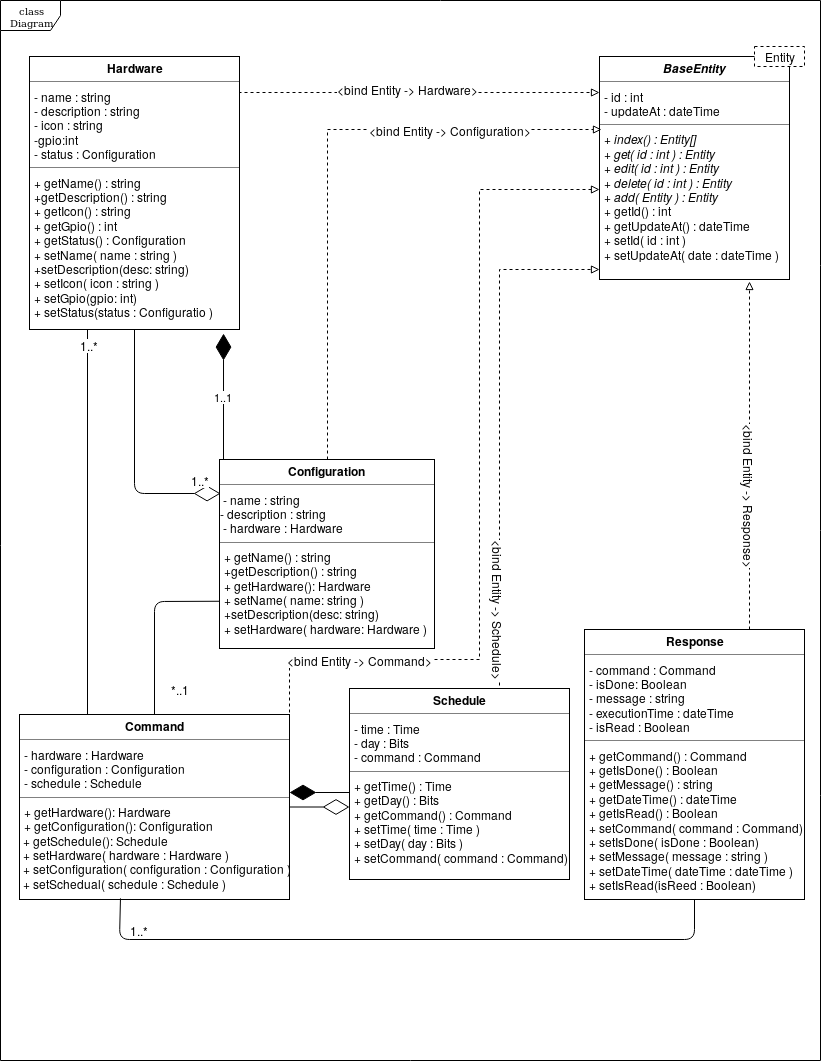
Before: img/diagram_class1.png, a diagram exported from draw.io (reem-codes/gp). Source tidied: cells renumbered, new cells last; positions are measured from the earlier drawing's top-left corner, leaving out a move shared by most shapes.
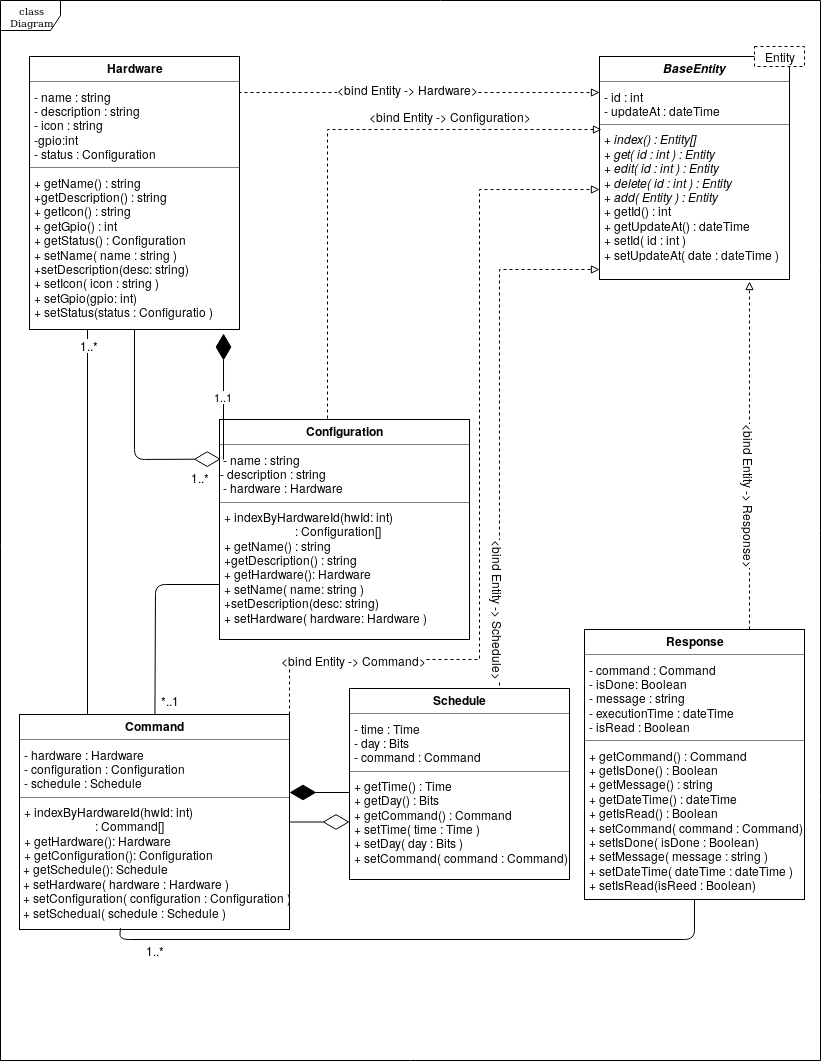
After the commit.

Change to the diagram source:
```diff
@@ -62,8 +62,8 @@
         <mxPoint x="121" y="-81" as="offset" />
       </mxGeometry>
     </mxCell>
-    <mxCell id="15" value="&lt;p style=&quot;margin: 0px ; margin-top: 4px ; text-align: center&quot;&gt;&lt;b&gt;Configuration&lt;/b&gt;&lt;br&gt;&lt;/p&gt;&lt;hr size=&quot;1&quot;&gt;&lt;div&gt;&amp;nbsp;- name : string&lt;/div&gt;&lt;div&gt;- description : string&lt;br&gt;&lt;/div&gt;&lt;span&gt;&amp;nbsp;- hardware : Hardware&lt;/span&gt;&lt;br&gt;&lt;hr size=&quot;1&quot;&gt;&lt;p style=&quot;margin: 0px ; margin-left: 4px&quot;&gt;+ getName() : string&lt;/p&gt;&lt;p style=&quot;margin: 0px ; margin-left: 4px&quot;&gt;+getDescription() : string&lt;/p&gt;&lt;p style=&quot;margin: 0px ; margin-left: 4px&quot;&gt;+ getHardware(): Hardware&lt;/p&gt;&lt;p style=&quot;margin: 0px ; margin-left: 4px&quot;&gt;+ setName( name: string )&lt;/p&gt;&lt;p style=&quot;margin: 0px ; margin-left: 4px&quot;&gt;+setDescription(desc: string)&lt;/p&gt;&lt;p style=&quot;margin: 0px ; margin-left: 4px&quot;&gt;+ setHardware( hardware: Hardware )&lt;/p&gt;" style="verticalAlign=top;align=left;overflow=fill;fontSize=12;fontFamily=Helvetica;html=1;rounded=0;shadow=0;comic=0;labelBackgroundColor=none;strokeColor=#000000;strokeWidth=1;fillColor=#ffffff;" parent="1" vertex="1">
-      <mxGeometry x="219" y="459" width="215" height="189" as="geometry" />
+    <mxCell id="15" value="&lt;p style=&quot;margin: 0px ; margin-top: 4px ; text-align: center&quot;&gt;&lt;b&gt;Configuration&lt;/b&gt;&lt;br&gt;&lt;/p&gt;&lt;hr size=&quot;1&quot;&gt;&lt;div&gt;&amp;nbsp;- name : string&lt;/div&gt;&lt;div&gt;- description : string&lt;br&gt;&lt;/div&gt;&lt;span&gt;&amp;nbsp;- hardware : Hardware&lt;/span&gt;&lt;br&gt;&lt;hr size=&quot;1&quot;&gt;&lt;p style=&quot;margin: 0px ; margin-left: 4px&quot;&gt;+ indexByHardwareId(hwId: int)&lt;/p&gt;&amp;nbsp;&amp;nbsp;&amp;nbsp;&amp;nbsp;&amp;nbsp;&amp;nbsp;&amp;nbsp;&amp;nbsp;&amp;nbsp;&amp;nbsp;&amp;nbsp;&amp;nbsp;&amp;nbsp;&amp;nbsp;&amp;nbsp;&amp;nbsp;&amp;nbsp;&amp;nbsp;&amp;nbsp;&amp;nbsp;&amp;nbsp;&amp;nbsp;&amp;nbsp;&amp;nbsp; : Configuration[]&lt;p style=&quot;margin: 0px ; margin-left: 4px&quot;&gt;+ getName() : string&lt;/p&gt;&lt;p style=&quot;margin: 0px ; margin-left: 4px&quot;&gt;+getDescription() : string&lt;/p&gt;&lt;p style=&quot;margin: 0px ; margin-left: 4px&quot;&gt;+ getHardware(): Hardware&lt;/p&gt;&lt;p style=&quot;margin: 0px ; margin-left: 4px&quot;&gt;+ setName( name: string )&lt;/p&gt;&lt;p style=&quot;margin: 0px ; margin-left: 4px&quot;&gt;+setDescription(desc: string)&lt;/p&gt;&lt;p style=&quot;margin: 0px ; margin-left: 4px&quot;&gt;+ setHardware( hardware: Hardware )&lt;/p&gt;" style="verticalAlign=top;align=left;overflow=fill;fontSize=12;fontFamily=Helvetica;html=1;rounded=0;shadow=0;comic=0;labelBackgroundColor=none;strokeColor=#000000;strokeWidth=1;fillColor=#ffffff;" parent="1" vertex="1">
+      <mxGeometry x="219" y="419" width="250" height="220" as="geometry" />
     </mxCell>
     <mxCell id="16" style="edgeStyle=orthogonalEdgeStyle;rounded=0;jettySize=auto;html=1;exitX=1;exitY=0.25;exitDx=0;exitDy=0;endArrow=block;endFill=0;dashed=1;" parent="1" edge="1" source="19" target="3">
       <mxGeometry relative="1" as="geometry">
@@ -88,13 +88,13 @@
         <mxPoint x="400" y="-305" as="offset" />
       </mxGeometry>
     </mxCell>
-    <mxCell id="19" value="&lt;p style=&quot;margin: 0px ; margin-top: 4px ; text-align: center&quot;&gt;&lt;b&gt;Command&lt;/b&gt;&lt;/p&gt;&lt;hr size=&quot;1&quot;&gt;&lt;p style=&quot;margin: 0px ; margin-left: 4px&quot;&gt;- hardware : Hardware&lt;br&gt;- configuration : Configuration&lt;/p&gt;&lt;p style=&quot;margin: 0px ; margin-left: 4px&quot;&gt;- schedule : Schedule&lt;/p&gt;&lt;hr size=&quot;1&quot;&gt;&lt;p style=&quot;margin: 0px ; margin-left: 4px&quot;&gt;+ getHardware&lt;span&gt;(): Hardware&lt;/span&gt;&lt;/p&gt;&lt;p style=&quot;margin: 0px ; margin-left: 4px&quot;&gt;+ getConfiguration(): Configuration&lt;br&gt;&lt;/p&gt;&amp;nbsp;+ getSchedule(): Schedule&lt;br&gt;&amp;nbsp;+ setHardware( hardware : Hardware )&lt;br&gt;&amp;nbsp;+ setConfiguration( configuration : Configuration )&lt;br&gt;&amp;nbsp;+ setSchedual( schedule : Schedule )" style="verticalAlign=top;align=left;overflow=fill;fontSize=12;fontFamily=Helvetica;html=1;rounded=0;shadow=0;comic=0;labelBackgroundColor=none;strokeColor=#000000;strokeWidth=1;fillColor=#ffffff;" parent="1" vertex="1">
-      <mxGeometry x="19" y="714" width="270" height="185" as="geometry" />
+    <mxCell id="19" value="&lt;p style=&quot;margin: 0px ; margin-top: 4px ; text-align: center&quot;&gt;&lt;b&gt;Command&lt;/b&gt;&lt;/p&gt;&lt;hr size=&quot;1&quot;&gt;&lt;p style=&quot;margin: 0px ; margin-left: 4px&quot;&gt;- hardware : Hardware&lt;br&gt;- configuration : Configuration&lt;/p&gt;&lt;p style=&quot;margin: 0px ; margin-left: 4px&quot;&gt;- schedule : Schedule&lt;/p&gt;&lt;hr size=&quot;1&quot;&gt;&lt;p style=&quot;margin: 0px ; margin-left: 4px&quot;&gt;+ indexByHardwareId(hwId: int)&lt;/p&gt;&lt;div&gt;&amp;nbsp;&amp;nbsp;&amp;nbsp;&amp;nbsp;&amp;nbsp;&amp;nbsp;&amp;nbsp;&amp;nbsp;&amp;nbsp;&amp;nbsp;&amp;nbsp;&amp;nbsp;&amp;nbsp;&amp;nbsp;&amp;nbsp;&amp;nbsp;&amp;nbsp;&amp;nbsp;&amp;nbsp;&amp;nbsp;&amp;nbsp;&amp;nbsp;&amp;nbsp;&amp;nbsp; : Command[]&lt;/div&gt;&lt;p style=&quot;margin: 0px ; margin-left: 4px&quot;&gt;+ getHardware&lt;span&gt;(): Hardware&lt;/span&gt;&lt;/p&gt;&lt;p style=&quot;margin: 0px ; margin-left: 4px&quot;&gt;+ getConfiguration(): Configuration&lt;br&gt;&lt;/p&gt;&amp;nbsp;+ getSchedule(): Schedule&lt;br&gt;&amp;nbsp;+ setHardware( hardware : Hardware )&lt;br&gt;&amp;nbsp;+ setConfiguration( configuration : Configuration )&lt;br&gt;&amp;nbsp;+ setSchedual( schedule : Schedule )" style="verticalAlign=top;align=left;overflow=fill;fontSize=12;fontFamily=Helvetica;html=1;rounded=0;shadow=0;comic=0;labelBackgroundColor=none;strokeColor=#000000;strokeWidth=1;fillColor=#ffffff;" parent="1" vertex="1">
+      <mxGeometry x="19" y="714" width="270" height="215" as="geometry" />
     </mxCell>
     <mxCell id="20" style="endArrow=diamondThin;endFill=0;endSize=24;html=1;exitX=0.5;exitY=1;exitDx=0;exitDy=0;entryX=0.005;entryY=0.18;entryDx=0;entryDy=0;entryPerimeter=0;" parent="1" edge="1" source="12" target="15">
       <mxGeometry relative="1" as="geometry">
         <Array as="points">
-          <mxPoint x="134" y="493" />
+          <mxPoint x="134" y="459" />
         </Array>
       </mxGeometry>
     </mxCell>
@@ -121,13 +121,13 @@
     <mxCell id="25" style="endArrow=none;endFill=0;endSize=24;html=1;exitX=0;exitY=0.75;exitDx=0;exitDy=0;" parent="1" edge="1" source="15" target="19">
       <mxGeometry relative="1" as="geometry">
         <Array as="points">
-          <mxPoint x="154" y="601" />
+          <mxPoint x="155" y="584" />
         </Array>
       </mxGeometry>
     </mxCell>
     <mxCell id="26" value="*..1" style="text;html=1;align=center;verticalAlign=middle;labelBackgroundColor=#ffffff;" parent="25" vertex="1">
       <mxGeometry x="-0.45" y="1" relative="1" as="geometry">
-        <mxPoint x="9" y="87" as="offset" />
+        <mxPoint x="3" y="114" as="offset" />
       </mxGeometry>
     </mxCell>
     <mxCell id="27" style="endArrow=none;endFill=0;endSize=24;html=1;exitX=0.374;exitY=0.994;exitDx=0;exitDy=0;exitPerimeter=0;" parent="1" edge="1" source="19" target="6">
@@ -140,7 +140,7 @@
     </mxCell>
     <mxCell id="28" value="1..*" style="text;html=1;align=center;verticalAlign=middle;labelBackgroundColor=#ffffff;" parent="27" vertex="1">
       <mxGeometry x="-0.34" y="3" relative="1" as="geometry">
-        <mxPoint x="-155" y="-7" as="offset" />
+        <mxPoint x="-159.5" y="13" as="offset" />
       </mxGeometry>
     </mxCell>
     <mxCell id="29" value="1..1" style="endArrow=diamondThin;endFill=1;endSize=24;html=1;entryX=0.924;entryY=1.015;entryDx=0;entryDy=0;entryPerimeter=0;startArrow=none;startFill=0;" parent="1" edge="1" target="12">
```
